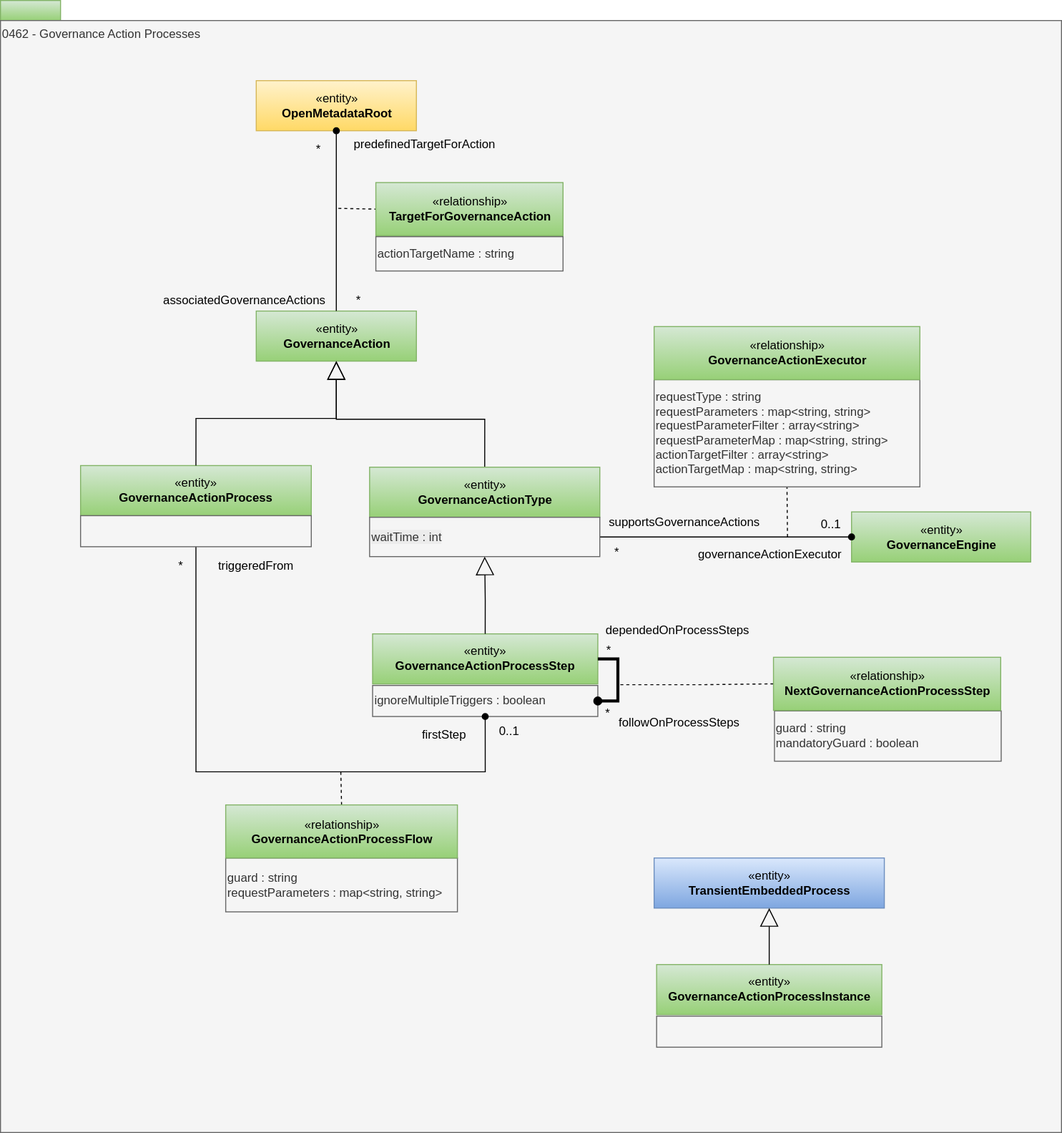
This is site/docs/types/4/0462-Governance-Action-Processes.svg from odpi/egeria-docs, a draw.io export, as it was before one commit. Source tidied: cells renumbered, new cells last; positions are measured from the earlier drawing's top-left corner, leaving out a move shared by most shapes.
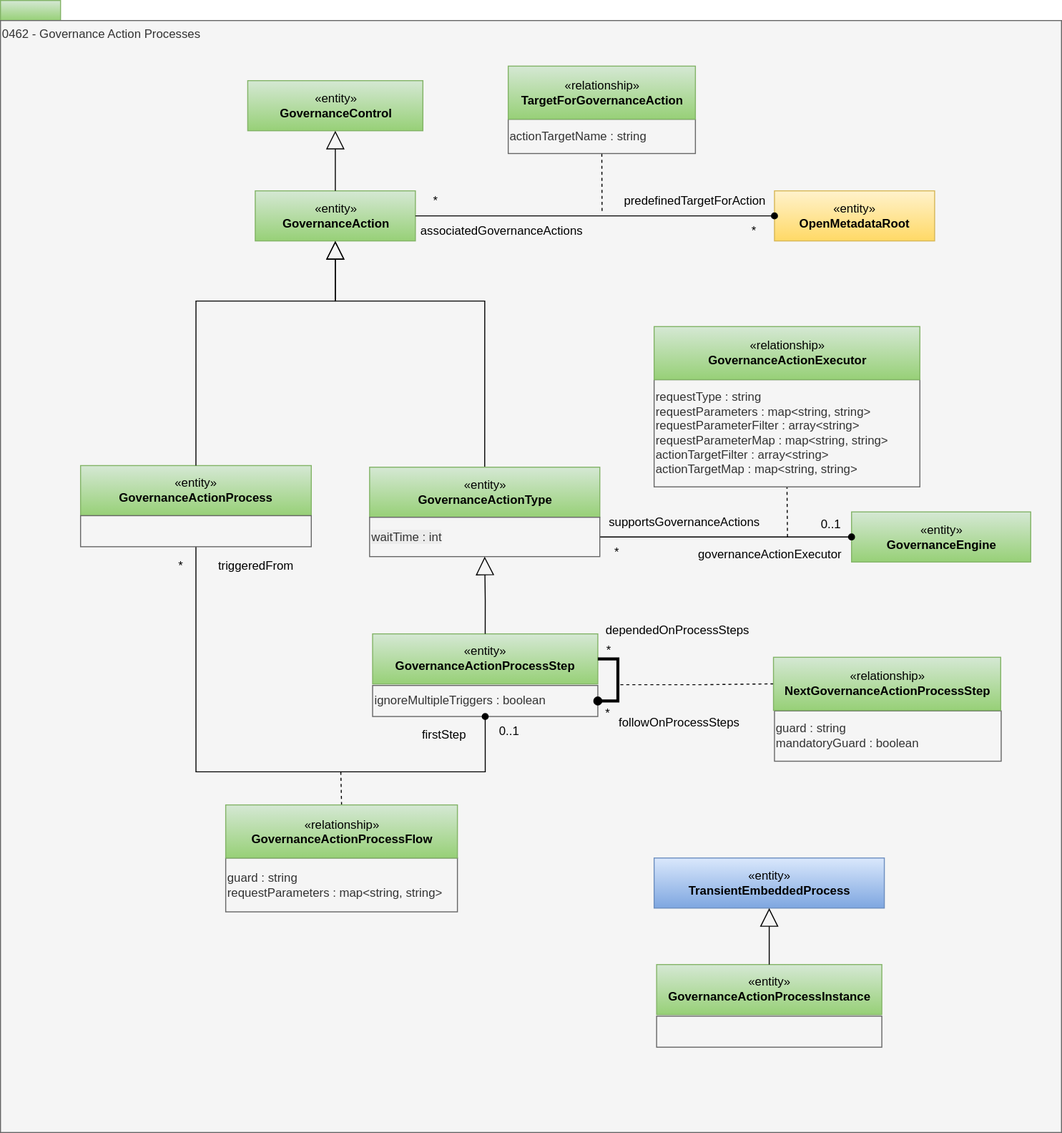
The same diagram one commit later.

Change to the diagram source:
```diff
@@ -14,3 +14,3 @@
     <mxCell id="5" value="«entity»&lt;br&gt;&lt;b&gt;GovernanceAction&lt;/b&gt;" style="html=1;strokeColor=#82b366;align=center;fillColor=#d5e8d4;gradientColor=#97d077;" parent="1" vertex="1">
-      <mxGeometry x="255.5" y="310" width="160" height="50" as="geometry" />
+      <mxGeometry x="254.5" y="190" width="160" height="50" as="geometry" />
     </mxCell>
@@ -32,3 +32,8 @@
     <mxCell id="11" style="edgeStyle=orthogonalEdgeStyle;rounded=0;jettySize=auto;html=1;exitX=0.5;exitY=0;exitDx=0;exitDy=0;entryX=0.5;entryY=1;entryDx=0;entryDy=0;endArrow=block;endFill=0;endSize=16;" parent="1" edge="1" source="34" target="5">
-      <mxGeometry relative="1" as="geometry" />
+      <mxGeometry relative="1" as="geometry">
+        <Array as="points">
+          <mxPoint x="484" y="300" />
+          <mxPoint x="335" y="300" />
+        </Array>
+      </mxGeometry>
     </mxCell>
@@ -113,3 +118,8 @@
     <mxCell id="33" style="edgeStyle=orthogonalEdgeStyle;rounded=0;jettySize=auto;html=1;entryX=0.5;entryY=1;entryDx=0;entryDy=0;endArrow=block;endFill=0;endSize=16;exitX=0.5;exitY=0;exitDx=0;exitDy=0;" parent="1" edge="1" source="21" target="5">
-      <mxGeometry relative="1" as="geometry" />
+      <mxGeometry relative="1" as="geometry">
+        <Array as="points">
+          <mxPoint x="195" y="300" />
+          <mxPoint x="335" y="300" />
+        </Array>
+      </mxGeometry>
     </mxCell>
@@ -131,13 +141,13 @@
     <mxCell id="39" value="«entity»&lt;br&gt;&lt;b&gt;OpenMetadataRoot&lt;/b&gt;" style="html=1;strokeColor=#d6b656;align=center;fillColor=#fff2cc;gradientColor=#ffd966;" parent="1" vertex="1">
-      <mxGeometry x="255.5" y="80" width="160" height="50" as="geometry" />
+      <mxGeometry x="773.2" y="190" width="160" height="50" as="geometry" />
     </mxCell>
     <mxCell id="40" value="predefinedTargetForAction" style="text;html=1;strokeColor=none;fillColor=none;align=center;verticalAlign=middle;whiteSpace=wrap;rounded=0;" parent="1" vertex="1">
-      <mxGeometry x="370.5" y="133.5" width="106" height="20" as="geometry" />
+      <mxGeometry x="641" y="190" width="106" height="20" as="geometry" />
     </mxCell>
     <mxCell id="41" value="*" style="text;html=1;strokeColor=none;fillColor=none;align=center;verticalAlign=middle;whiteSpace=wrap;rounded=0;" parent="1" vertex="1">
-      <mxGeometry x="297.5" y="138.5" width="40" height="20" as="geometry" />
+      <mxGeometry x="733.2" y="220" width="40" height="20" as="geometry" />
     </mxCell>
-    <mxCell id="42" style="endArrow=none;dashed=1;html=1;entryX=0;entryY=0.5;entryDx=0;entryDy=0;" parent="1" edge="1" target="46">
+    <mxCell id="42" style="endArrow=none;dashed=1;html=1;entryX=0.5;entryY=1;entryDx=0;entryDy=0;" parent="1" edge="1" target="44">
       <mxGeometry relative="1" as="geometry">
-        <mxPoint x="337.5" y="207.5" as="sourcePoint" />
+        <mxPoint x="601" y="210" as="sourcePoint" />
       </mxGeometry>
@@ -145,20 +155,15 @@
     <mxCell id="43" value="*" style="text;html=1;strokeColor=none;fillColor=none;align=center;verticalAlign=middle;whiteSpace=wrap;rounded=0;" parent="1" vertex="1">
-      <mxGeometry x="337.5" y="290" width="40" height="20" as="geometry" />
+      <mxGeometry x="414.5" y="190" width="40" height="20" as="geometry" />
     </mxCell>
     <mxCell id="44" value="actionTargetName : string" style="rounded=0;whiteSpace=wrap;html=1;strokeColor=#666666;align=left;fillColor=#f5f5f5;fontColor=#333333;" parent="1" vertex="1">
-      <mxGeometry x="375" y="235.8" width="187" height="34.2" as="geometry" />
+      <mxGeometry x="507.2" y="118.5" width="187" height="34.2" as="geometry" />
     </mxCell>
     <mxCell id="45" value="associatedGovernanceActions" style="text;html=1;strokeColor=none;fillColor=none;align=center;verticalAlign=middle;whiteSpace=wrap;rounded=0;" parent="1" vertex="1">
-      <mxGeometry x="157.8" y="290" width="172" height="20" as="geometry" />
+      <mxGeometry x="414.5" y="220" width="172" height="20" as="geometry" />
     </mxCell>
     <mxCell id="46" value="«relationship»&lt;br&gt;&lt;b&gt;TargetForGovernanceAction&lt;/b&gt;" style="html=1;strokeColor=#82b366;align=center;fillColor=#d5e8d4;gradientColor=#97d077;" parent="1" vertex="1">
-      <mxGeometry x="375" y="181.8" width="187" height="53" as="geometry" />
+      <mxGeometry x="507.2" y="65.5" width="187" height="53" as="geometry" />
     </mxCell>
-    <mxCell id="47" style="endArrow=none;html=1;edgeStyle=orthogonalEdgeStyle;entryX=0.5;entryY=0;entryDx=0;entryDy=0;rounded=0;startArrow=oval;startFill=1;strokeWidth=1;exitX=0.5;exitY=1;exitDx=0;exitDy=0;" parent="1" edge="1" source="39" target="5">
-      <mxGeometry relative="1" as="geometry">
-        <Array as="points">
-          <mxPoint x="336" y="220" />
-          <mxPoint x="336" y="220" />
-        </Array>
-      </mxGeometry>
+    <mxCell id="47" style="endArrow=none;html=1;edgeStyle=orthogonalEdgeStyle;entryX=1;entryY=0.5;entryDx=0;entryDy=0;rounded=0;startArrow=oval;startFill=1;strokeWidth=1;exitX=0;exitY=0.5;exitDx=0;exitDy=0;" parent="1" edge="1" source="39" target="5">
+      <mxGeometry relative="1" as="geometry" />
     </mxCell>
@@ -176,2 +181,13 @@
     </mxCell>
+    <mxCell id="52" value="«entity»&lt;br&gt;&lt;b&gt;GovernanceControl&lt;/b&gt;" style="html=1;strokeColor=#82b366;align=center;fillColor=#d5e8d4;gradientColor=#97d077;" parent="1" vertex="1">
+      <mxGeometry x="247" y="80" width="175" height="50" as="geometry" />
+    </mxCell>
+    <mxCell id="53" style="edgeStyle=orthogonalEdgeStyle;rounded=0;jettySize=auto;html=1;endArrow=block;endFill=0;endSize=16;exitX=0.5;exitY=0;exitDx=0;exitDy=0;entryX=0.5;entryY=1;entryDx=0;entryDy=0;" parent="1" edge="1" source="5" target="52">
+      <mxGeometry relative="1" as="geometry">
+        <Array as="points">
+          <mxPoint x="335" y="150" />
+          <mxPoint x="335" y="150" />
+        </Array>
+      </mxGeometry>
+    </mxCell>
   </root>
```
